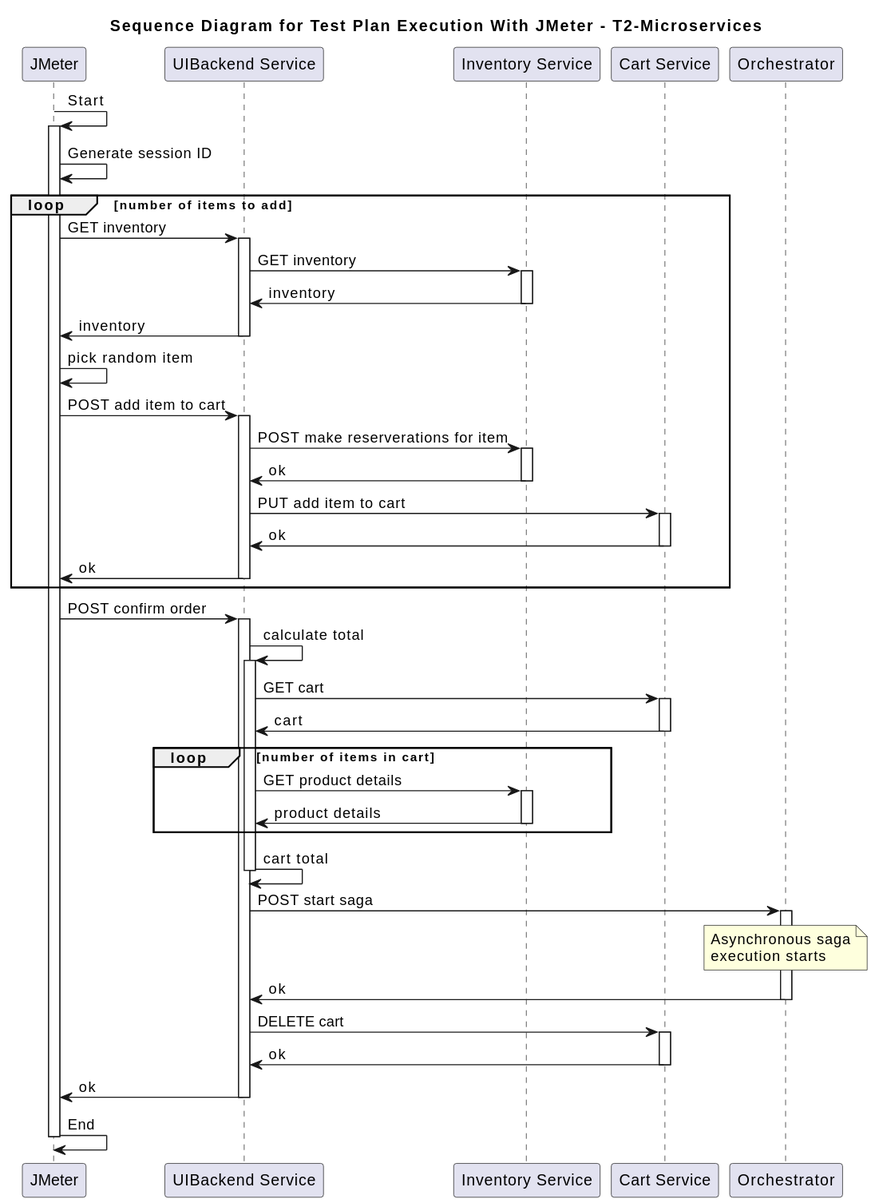
The PlantUML diagram source/diagrams/sequence-microservices-jmeter.svg in t2-project/documentation, before a commit.
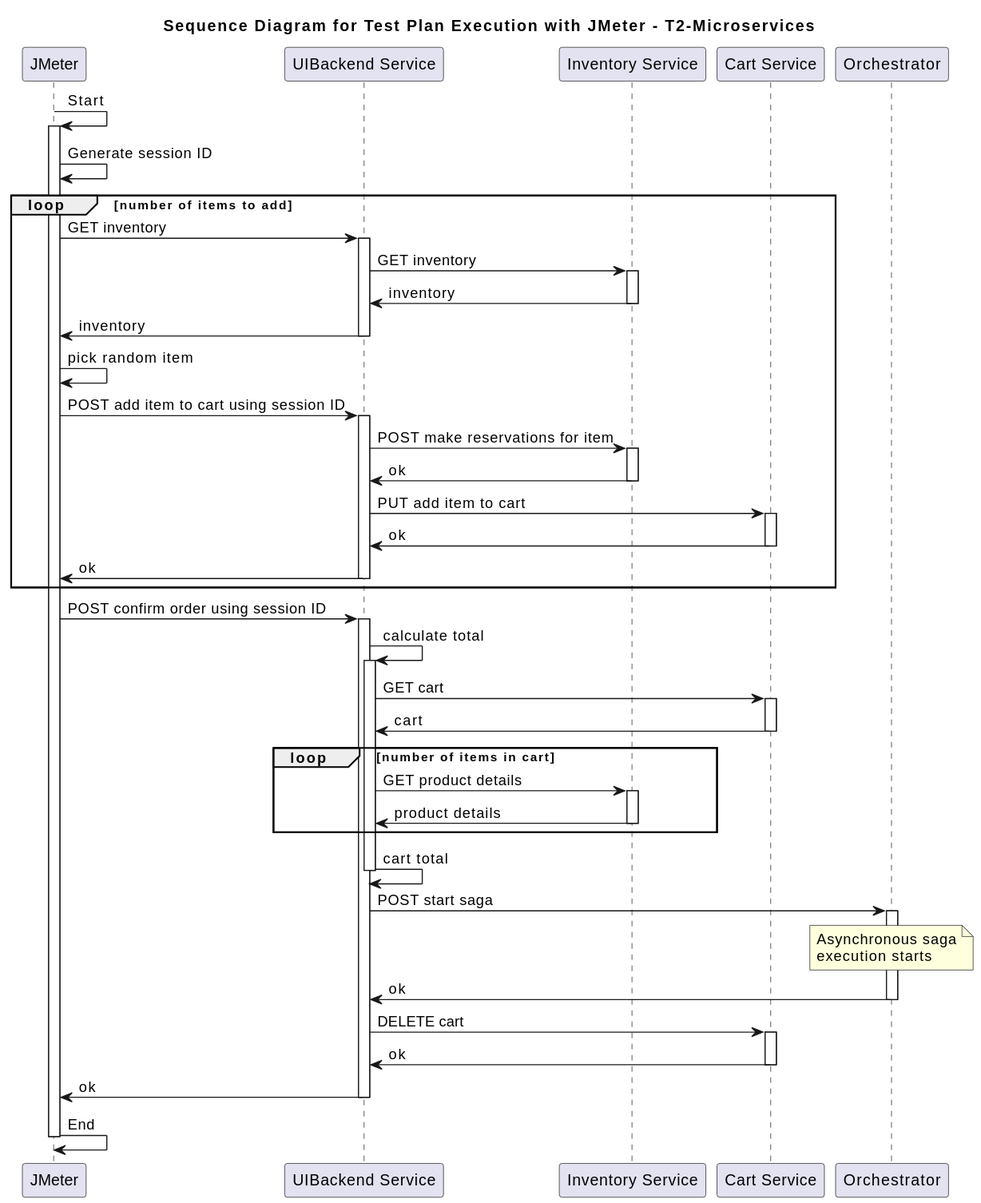
The same file after the commit.

The edit, as a diff of the source:
```diff
@@ -1,5 +1,5 @@
 @startuml
-title Sequence Diagram for Test Plan Execution With JMeter - T2-Microservices
+title Sequence Diagram for Test Plan Execution with JMeter - T2-Microservices
 
 participant "JMeter"            as jmeter
 participant "UIBackend Service" as uibackend
@@ -17,15 +17,15 @@
     jmeter <- uibackend -- : inventory
 
     jmeter -> jmeter : pick random item
-    jmeter -> uibackend ++ : POST add item to cart
-    uibackend -> inventory ++ : POST make reserverations for item
+    jmeter -> uibackend ++ : POST add item to cart using session ID
+    uibackend -> inventory ++ : POST make reservations for item
     uibackend <- inventory -- : ok
     uibackend -> cart ++ : PUT add item to cart
     uibackend <- cart -- : ok
     jmeter <- uibackend -- : ok
 end
 
-jmeter -> uibackend ++ : POST confirm order
+jmeter -> uibackend ++ : POST confirm order using session ID
 uibackend -> uibackend ++ : calculate total
 uibackend -> cart ++ : GET cart
 uibackend <- cart -- : cart
```
